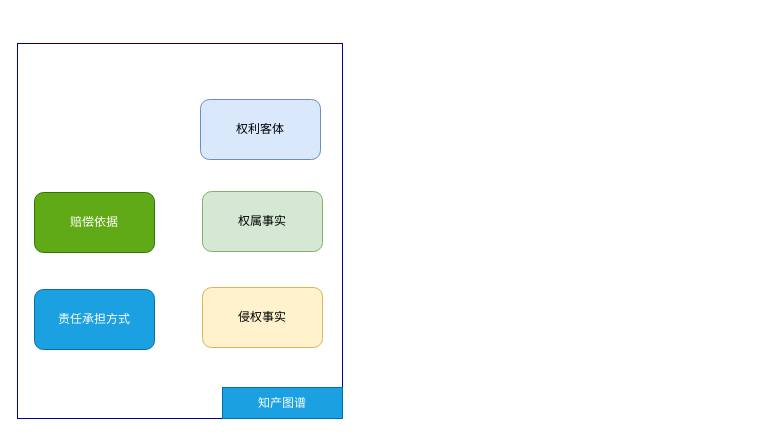
Earlier version of the draw.io diagram Untitled Diagram.drawio (easyhaloo/config). Source tidied: cells renumbered, new cells numbered last; positions are measured from the earlier drawing's top-left corner, leaving out a move shared by most shapes. Both pictures are drawn from the tidied source at 100%, with x=0, y=0 at pixel (17, 43).
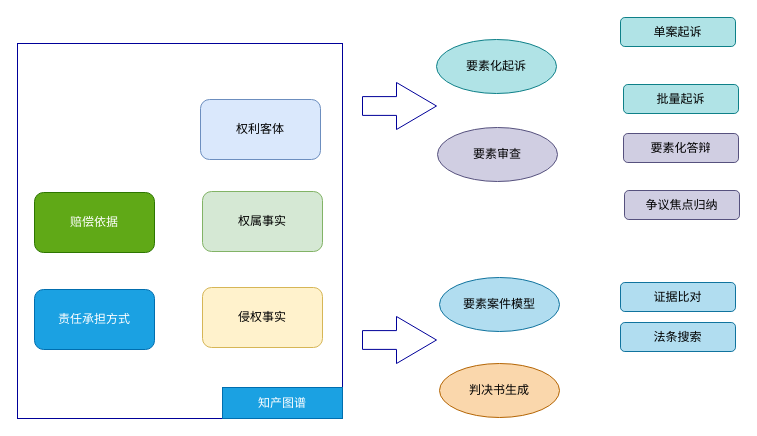
Above is the later version.

What changed in the source:
```diff
@@
+    <mxCell id="9" value="要素化起诉" style="ellipse;whiteSpace=wrap;html=1;strokeColor=#0e8088;fillColor=#b0e3e6;" parent="1" vertex="1">
+      <mxGeometry x="419" y="-4" width="120" height="54" as="geometry" />
+    </mxCell>
+    <mxCell id="10" value="要素审查" style="ellipse;whiteSpace=wrap;html=1;strokeColor=#56517e;fillColor=#d0cee2;" parent="1" vertex="1">
+      <mxGeometry x="420" y="84" width="120" height="54" as="geometry" />
+    </mxCell>
+    <mxCell id="11" value="要素案件模型" style="ellipse;whiteSpace=wrap;html=1;strokeColor=#10739e;fillColor=#b1ddf0;" parent="1" vertex="1">
+      <mxGeometry x="422" y="234" width="120" height="54" as="geometry" />
+    </mxCell>
+    <mxCell id="12" value="要素化答辩" style="rounded=1;whiteSpace=wrap;html=1;strokeColor=#56517e;fillColor=#d0cee2;" parent="1" vertex="1">
+      <mxGeometry x="606" y="90" width="115" height="29" as="geometry" />
+    </mxCell>
+    <mxCell id="13" value="争议焦点归纳" style="rounded=1;whiteSpace=wrap;html=1;strokeColor=#56517e;fillColor=#d0cee2;" parent="1" vertex="1">
+      <mxGeometry x="607" y="147" width="115" height="29" as="geometry" />
+    </mxCell>
+    <mxCell id="14" value="判决书生成" style="ellipse;whiteSpace=wrap;html=1;strokeColor=#b46504;fillColor=#fad7ac;" parent="1" vertex="1">
+      <mxGeometry x="422" y="320" width="120" height="54" as="geometry" />
+    </mxCell>
+    <mxCell id="15" value="单案起诉" style="rounded=1;whiteSpace=wrap;html=1;strokeColor=#0e8088;fillColor=#b0e3e6;" parent="1" vertex="1">
+      <mxGeometry x="603" y="-26" width="115" height="29" as="geometry" />
+    </mxCell>
+    <mxCell id="16" value="批量起诉" style="rounded=1;whiteSpace=wrap;html=1;strokeColor=#0e8088;fillColor=#b0e3e6;" parent="1" vertex="1">
+      <mxGeometry x="606" y="41" width="115" height="29" as="geometry" />
+    </mxCell>
+    <mxCell id="17" style="html=1;shadow=0;dashed=0;align=center;verticalAlign=middle;shape=mxgraph.arrows2.arrow;dy=0.6;dx=40;notch=0;strokeColor=#000099;" parent="1" vertex="1">
+      <mxGeometry x="345" y="39" width="74" height="47" as="geometry" />
+    </mxCell>
+    <mxCell id="18" style="html=1;shadow=0;dashed=0;align=center;verticalAlign=middle;shape=mxgraph.arrows2.arrow;dy=0.6;dx=40;notch=0;strokeColor=#000099;" parent="1" vertex="1">
+      <mxGeometry x="345" y="273" width="74" height="47" as="geometry" />
+    </mxCell>
+    <mxCell id="19" value="证据比对" style="rounded=1;whiteSpace=wrap;html=1;strokeColor=#10739e;fillColor=#b1ddf0;" parent="1" vertex="1">
+      <mxGeometry x="603" y="239" width="115" height="29" as="geometry" />
+    </mxCell>
+    <mxCell id="20" value="法条搜索" style="rounded=1;whiteSpace=wrap;html=1;strokeColor=#10739e;fillColor=#b1ddf0;" parent="1" vertex="1">
+      <mxGeometry x="603" y="279" width="115" height="29" as="geometry" />
+    </mxCell>
```
